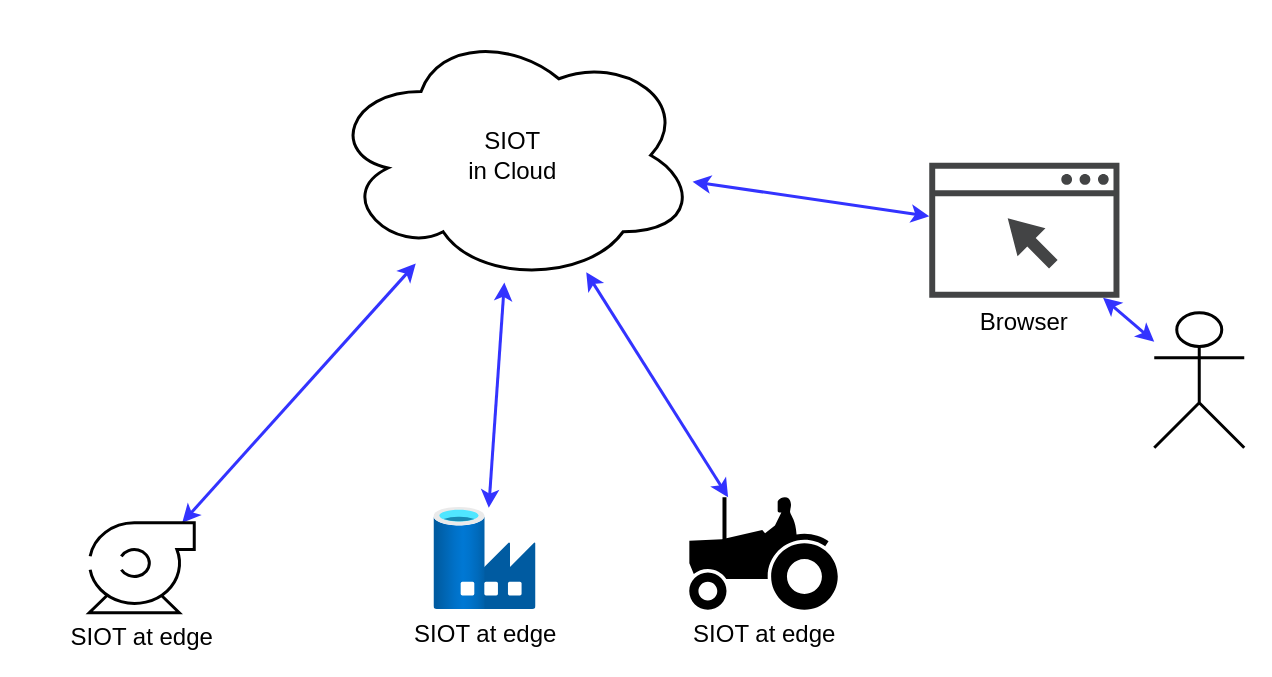
Before: page "use" (8 of 11) of docs/diagrams.drawio in simpleiot/simpleiot, a draw.io diagram. Source tidied: cells renumbered, new cells numbered last; positions are measured from the earlier drawing's top-left corner, leaving out a move shared by most shapes. Both pictures are drawn from the tidied source at 150%, with x=0, y=0 at pixel (88, 27).
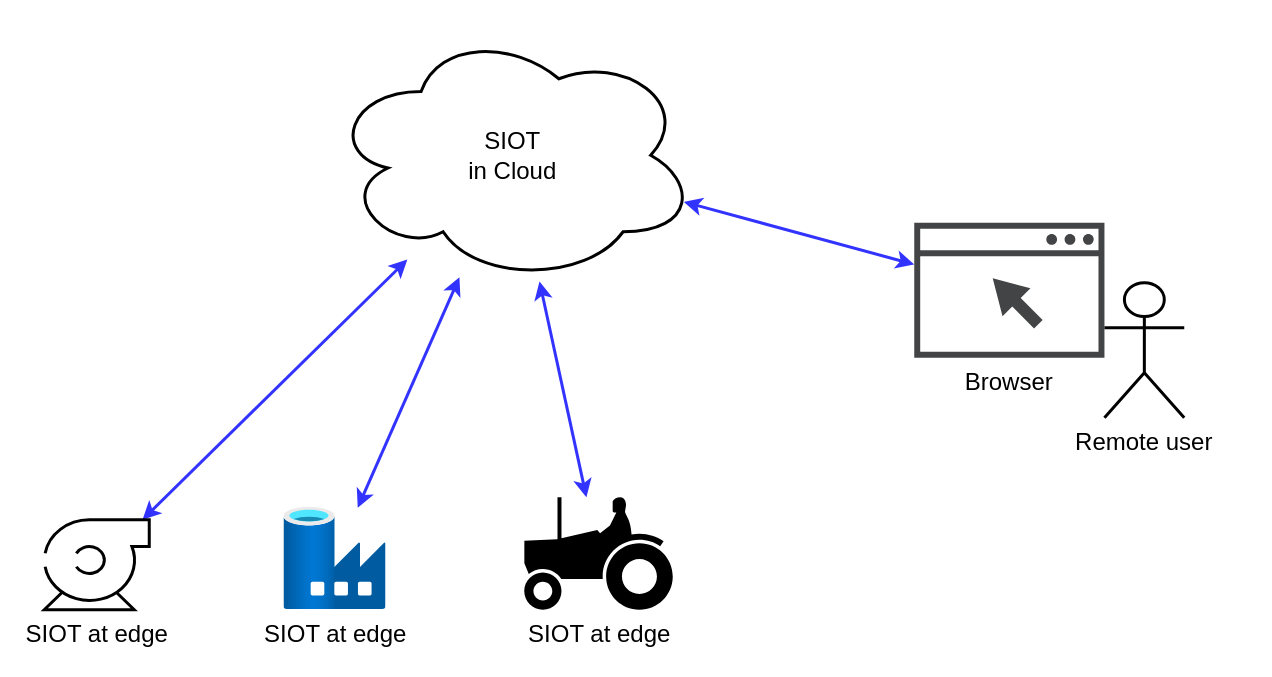
The same page after the edit.

What changed in the source:
```diff
@@
 <mxGraphModel>
   <root>
     <mxCell id="0" />
     <mxCell id="1" parent="0" />
     <mxCell id="2" style="edgeStyle=none;rounded=0;jettySize=auto;html=1;fontSize=16;startArrow=classic;startFill=1;strokeColor=#3333FF;strokeWidth=2;" parent="1" edge="1" source="4" target="9">
       <mxGeometry relative="1" as="geometry" />
     </mxCell>
     <mxCell id="3" style="edgeStyle=none;rounded=0;jettySize=auto;html=1;fontSize=16;startArrow=classic;startFill=1;strokeColor=#3333FF;strokeWidth=2;" parent="1" edge="1" source="4" target="12">
       <mxGeometry relative="1" as="geometry" />
     </mxCell>
     <mxCell id="4" value="SIOT&lt;br&gt;in Cloud" style="ellipse;shape=cloud;whiteSpace=wrap;html=1;labelBackgroundColor=none;sketch=0;fontSize=16;strokeWidth=2;" parent="1" vertex="1">
       <mxGeometry x="160" width="244.9" height="170" as="geometry" />
     </mxCell>
-    <mxCell id="5" style="rounded=0;jettySize=auto;html=1;fontSize=16;strokeWidth=2;startArrow=classic;startFill=1;strokeColor=#3333FF;" parent="1" edge="1" source="7" target="8">
-      <mxGeometry relative="1" as="geometry" />
-    </mxCell>
     <mxCell id="6" style="edgeStyle=none;rounded=0;jettySize=auto;html=1;fontSize=16;startArrow=classic;startFill=1;strokeColor=#3333FF;strokeWidth=2;" parent="1" edge="1" source="7" target="4">
       <mxGeometry relative="1" as="geometry" />
     </mxCell>
     <mxCell id="7" value="Browser" style="sketch=0;shadow=0;dashed=0;html=1;strokeColor=none;fillColor=#434445;labelPosition=center;verticalLabelPosition=bottom;verticalAlign=top;align=center;outlineConnect=0;shape=mxgraph.vvd.web_browser;fontSize=16;" parent="1" vertex="1">
-      <mxGeometry x="560" y="90" width="126.8" height="90" as="geometry" />
+      <mxGeometry x="550" y="130" width="126.8" height="90" as="geometry" />
     </mxCell>
-    <mxCell id="8" style="shape=umlActor;verticalLabelPosition=bottom;verticalAlign=top;html=1;outlineConnect=0;strokeWidth=2;" parent="1" vertex="1">
-      <mxGeometry x="710" y="190" width="60" height="90" as="geometry" />
+    <mxCell id="8" value="&lt;font style=&quot;font-size: 16px;&quot;&gt;Remote user&lt;/font&gt;" style="shape=umlActor;verticalLabelPosition=bottom;verticalAlign=top;html=1;outlineConnect=0;strokeWidth=2;fontSize=16;" parent="1" vertex="1">
+      <mxGeometry x="676.8" y="170" width="53.2" height="90" as="geometry" />
     </mxCell>
     <mxCell id="9" value="SIOT at edge" style="shape=mxgraph.pid.pumps.centrifugal_pump_1;html=1;align=center;verticalLabelPosition=bottom;verticalAlign=top;dashed=0;fontSize=16;strokeWidth=2;" parent="1" vertex="1">
-      <mxGeometry y="330" width="70" height="60" as="geometry" />
+      <mxGeometry x="-30" y="328" width="70" height="60" as="geometry" />
     </mxCell>
     <mxCell id="10" style="edgeStyle=none;rounded=0;jettySize=auto;html=1;fontSize=16;startArrow=classic;startFill=1;strokeColor=#3333FF;strokeWidth=2;" parent="1" edge="1" source="11" target="4">
       <mxGeometry relative="1" as="geometry" />
     </mxCell>
     <mxCell id="11" value="SIOT at edge" style="html=1;points=[];align=center;image;fontSize=16;image=img/lib/azure2/databases/Data_Factory.svg;strokeWidth=2;" parent="1" vertex="1">
-      <mxGeometry x="230" y="320" width="68" height="68" as="geometry" />
+      <mxGeometry x="130" y="320" width="68" height="68" as="geometry" />
     </mxCell>
     <mxCell id="12" value="SIOT at edge" style="shape=mxgraph.signs.transportation.tractor_2;html=1;fillColor=#000000;strokeColor=none;verticalLabelPosition=bottom;verticalAlign=top;align=center;fontSize=16;" parent="1" vertex="1">
-      <mxGeometry x="400" y="313" width="99" height="75" as="geometry" />
+      <mxGeometry x="290" y="313" width="99" height="75" as="geometry" />
     </mxCell>
   </root>
 </mxGraphModel>
```
